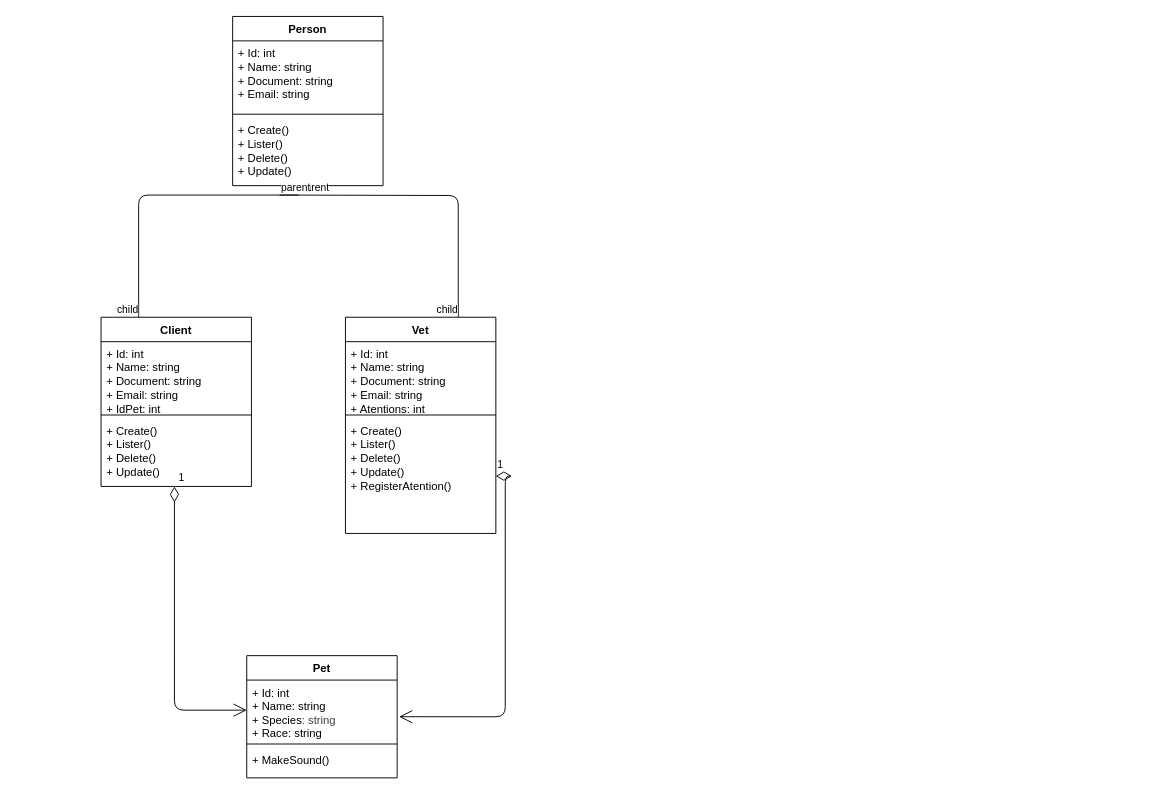
Farag0n/C-Sharp-Team-Challenges keeps this draw.io diagram as Sistem-Vet-San-Miguel/SistemaVeterinariaSanMiguel.drawio. Above is the earlier version. Source tidied: cells renumbered, new cells numbered last; positions are measured from the earlier drawing's top-left corner, leaving out a move shared by most shapes. Both pictures are drawn from the tidied source at 94%, with x=0, y=0 at pixel (101, 16).
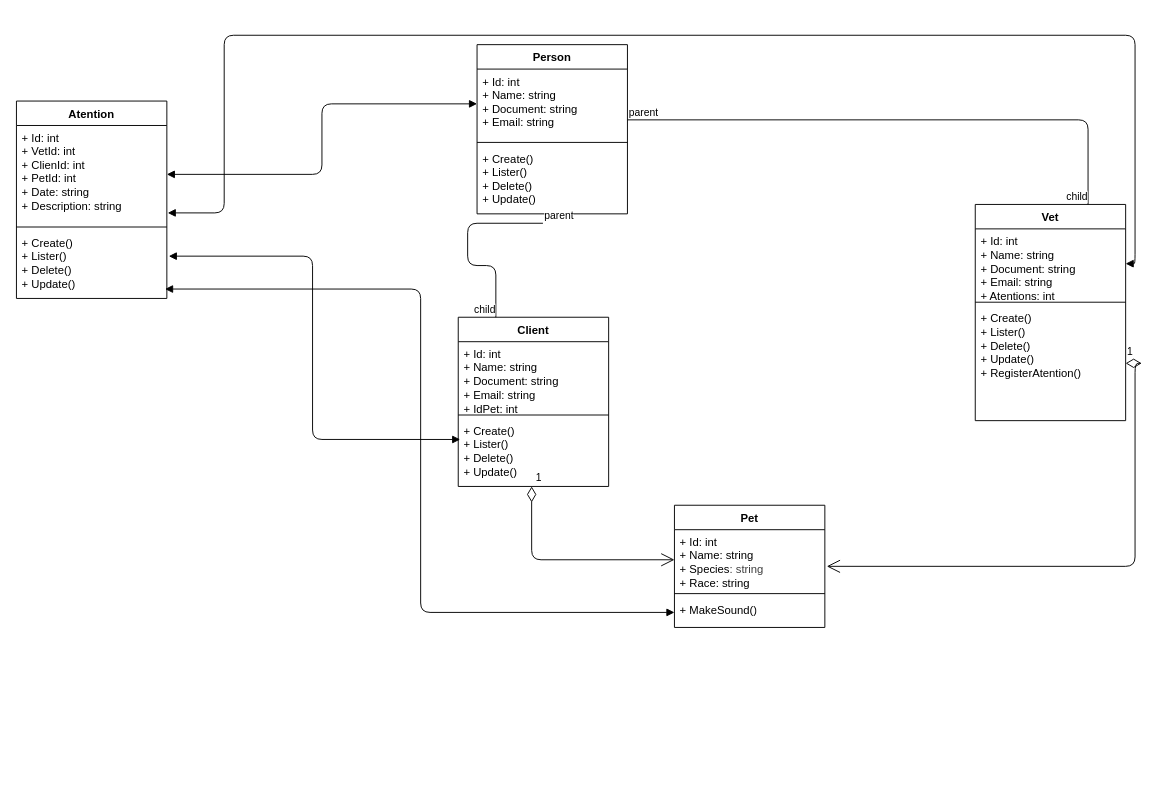
The same diagram, later.

Commit message (it also covers changes not shown here):
docs: update class diagram

The change refers to these unchanged cells:
```xml
<mxCell id="3" value="&lt;div&gt;+ Id: int&lt;/div&gt;+ Name: string&lt;div&gt;+ Document: string&lt;/div&gt;&lt;div&gt;+ Email: string&lt;/div&gt;&lt;div&gt;&lt;br&gt;&lt;/div&gt;" style="text;strokeColor=none;fillColor=none;align=left;verticalAlign=top;spacingLeft=4;spacingRight=4;overflow=hidden;points=[[0,0.5],[1,0.5]];portConstraint=eastwest;whiteSpace=wrap;html=1;" parent="2" vertex="1">
  <mxGeometry y="26" width="160" height="74" as="geometry" />
</mxCell>
<mxCell id="7" value="&lt;div&gt;+ Id: int&lt;/div&gt;+ Name: string&lt;div&gt;+ Document: string&lt;/div&gt;&lt;div&gt;+ Email: string&lt;/div&gt;&lt;div&gt;+ Atentions: int&lt;/div&gt;" style="text;strokeColor=none;fillColor=none;align=left;verticalAlign=top;spacingLeft=4;spacingRight=4;overflow=hidden;points=[[0,0.5],[1,0.5]];portConstraint=eastwest;whiteSpace=wrap;html=1;" parent="6" vertex="1">
  <mxGeometry y="26" width="160" height="74" as="geometry" />
</mxCell>
<mxCell id="13" value="+ Create()&lt;div&gt;+ Lister()&lt;/div&gt;&lt;div&gt;+ Delete()&lt;/div&gt;&lt;div&gt;+ Update()&lt;/div&gt;" style="text;strokeColor=none;fillColor=none;align=left;verticalAlign=top;spacingLeft=4;spacingRight=4;overflow=hidden;points=[[0,0.5],[1,0.5]];portConstraint=eastwest;whiteSpace=wrap;html=1;" parent="10" vertex="1">
  <mxGeometry y="108" width="160" height="72" as="geometry" />
</mxCell>
<mxCell id="17" value="+ MakeSound()&lt;div&gt;&lt;br&gt;&lt;/div&gt;" style="text;strokeColor=none;fillColor=none;align=left;verticalAlign=top;spacingLeft=4;spacingRight=4;overflow=hidden;points=[[0,0.5],[1,0.5]];portConstraint=eastwest;whiteSpace=wrap;html=1;" parent="14" vertex="1">
  <mxGeometry y="98" width="160" height="32" as="geometry" />
</mxCell>
```

What changed in the source:
```diff
@@
     <mxCell id="2" value="Person" style="swimlane;fontStyle=1;align=center;verticalAlign=top;horizontal=1;startSize=26;whiteSpace=wrap;html=1;" parent="1" vertex="1">
-      <mxGeometry x="140" width="160" height="180" as="geometry" />
+      <mxGeometry x="400" y="30" width="160" height="180" as="geometry" />
     </mxCell>
@@
     <mxCell id="6" value="Vet" style="swimlane;fontStyle=1;align=center;verticalAlign=top;horizontal=1;startSize=26;whiteSpace=wrap;html=1;" parent="1" vertex="1">
-      <mxGeometry x="260" y="320" width="160" height="230" as="geometry" />
+      <mxGeometry x="930" y="200" width="160" height="230" as="geometry" />
     </mxCell>
@@
     <mxCell id="10" value="Client" style="swimlane;fontStyle=1;align=center;verticalAlign=top;horizontal=1;startSize=26;whiteSpace=wrap;html=1;" parent="1" vertex="1">
-      <mxGeometry y="320" width="160" height="180" as="geometry" />
+      <mxGeometry x="380" y="320" width="160" height="180" as="geometry" />
     </mxCell>
@@
     <mxCell id="14" value="Pet" style="swimlane;fontStyle=1;align=center;verticalAlign=top;horizontal=1;startSize=26;whiteSpace=wrap;html=1;" parent="1" vertex="1">
-      <mxGeometry x="155" y="680" width="160" height="130" as="geometry" />
+      <mxGeometry x="610" y="520" width="160" height="130" as="geometry" />
     </mxCell>
@@
-    <mxCell id="21" style="endArrow=none;html=1;edgeStyle=orthogonalEdgeStyle;entryX=0.75;entryY=0;entryDx=0;entryDy=0;" parent="1" edge="1" target="6">
-      <mxGeometry relative="1" as="geometry">
-        <mxPoint x="190" y="190" as="sourcePoint" />
-      </mxGeometry>
+    <mxCell id="21" style="endArrow=none;html=1;edgeStyle=orthogonalEdgeStyle;entryX=0.75;entryY=0;entryDx=0;entryDy=0;exitX=1;exitY=0.73;exitDx=0;exitDy=0;exitPerimeter=0;" parent="1" edge="1" source="3" target="6">
+      <mxGeometry relative="1" as="geometry" />
     </mxCell>
@@
+    <mxCell id="26" value="Atention" style="swimlane;fontStyle=1;align=center;verticalAlign=top;horizontal=1;startSize=26;whiteSpace=wrap;html=1;" parent="1" vertex="1">
+      <mxGeometry x="-90" y="90" width="160" height="210" as="geometry" />
+    </mxCell>
+    <mxCell id="27" value="&lt;div&gt;+ Id: int&lt;/div&gt;&lt;div&gt;+ VetId: int&lt;/div&gt;+ ClienId: int&lt;div&gt;+ PetId: int&lt;/div&gt;&lt;div&gt;+ Date: string&lt;/div&gt;&lt;div&gt;+ Description: string&lt;/div&gt;&lt;div&gt;&lt;br&gt;&lt;/div&gt;" style="text;strokeColor=none;fillColor=none;align=left;verticalAlign=top;spacingLeft=4;spacingRight=4;overflow=hidden;points=[[0,0.5],[1,0.5]];portConstraint=eastwest;whiteSpace=wrap;html=1;" parent="26" vertex="1">
+      <mxGeometry y="26" width="160" height="104" as="geometry" />
+    </mxCell>
+    <mxCell id="28" style="line;strokeWidth=1;fillColor=none;align=left;verticalAlign=middle;spacingTop=-1;spacingLeft=3;spacingRight=3;labelPosition=right;strokeColor=inherit;" parent="26" vertex="1">
+      <mxGeometry y="130" width="160" height="8" as="geometry" />
+    </mxCell>
+    <mxCell id="29" value="+ Create()&lt;div&gt;+ Lister()&lt;/div&gt;&lt;div&gt;+ Delete()&lt;/div&gt;&lt;div&gt;+ Update()&lt;/div&gt;" style="text;strokeColor=none;fillColor=none;align=left;verticalAlign=top;spacingLeft=4;spacingRight=4;overflow=hidden;points=[[0,0.5],[1,0.5]];portConstraint=eastwest;whiteSpace=wrap;html=1;" parent="26" vertex="1">
+      <mxGeometry y="138" width="160" height="72" as="geometry" />
+    </mxCell>
+    <mxCell id="30" style="endArrow=block;startArrow=block;endFill=1;startFill=1;html=1;exitX=1;exitY=0.5;exitDx=0;exitDy=0;entryX=0;entryY=0.5;entryDx=0;entryDy=0;edgeStyle=orthogonalEdgeStyle;" parent="1" edge="1" source="27" target="3">
+      <mxGeometry relative="1" as="geometry" />
+    </mxCell>
+    <mxCell id="31" style="endArrow=block;startArrow=block;endFill=1;startFill=1;html=1;exitX=1.006;exitY=0.894;exitDx=0;exitDy=0;entryX=1;entryY=0.5;entryDx=0;entryDy=0;edgeStyle=orthogonalEdgeStyle;exitPerimeter=0;" parent="1" edge="1" source="27" target="7">
+      <mxGeometry relative="1" as="geometry">
+        <Array as="points">
+          <mxPoint x="131" y="20" />
+          <mxPoint x="1100" y="20" />
+          <mxPoint x="1100" y="263" />
+        </Array>
+      </mxGeometry>
+    </mxCell>
+    <mxCell id="32" style="endArrow=block;startArrow=block;endFill=1;startFill=1;html=1;exitX=1.013;exitY=0.375;exitDx=0;exitDy=0;entryX=0.013;entryY=0.306;entryDx=0;entryDy=0;edgeStyle=orthogonalEdgeStyle;exitPerimeter=0;entryPerimeter=0;" parent="1" edge="1" source="29" target="13">
+      <mxGeometry relative="1" as="geometry" />
+    </mxCell>
+    <mxCell id="33" style="endArrow=block;startArrow=block;endFill=1;startFill=1;html=1;exitX=0.988;exitY=0.861;exitDx=0;exitDy=0;entryX=0;entryY=0.5;entryDx=0;entryDy=0;edgeStyle=orthogonalEdgeStyle;exitPerimeter=0;" parent="1" edge="1" source="29" target="17">
+      <mxGeometry relative="1" as="geometry" />
+    </mxCell>
```
